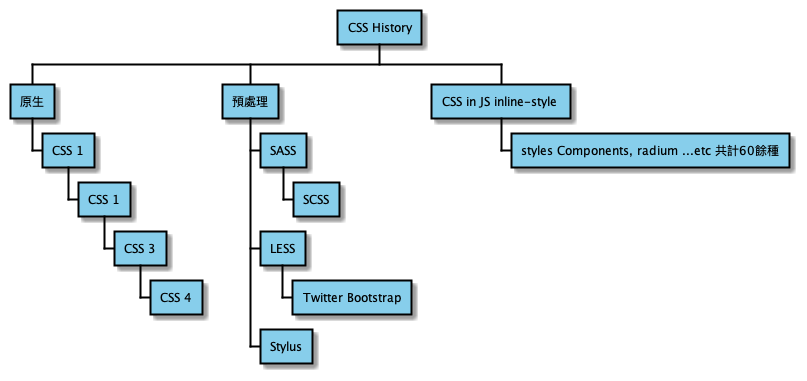
This is out/UML/CSS-tech-history/CSS history.png from pakerchang/study, a PlantUML export, as it was before one commit.
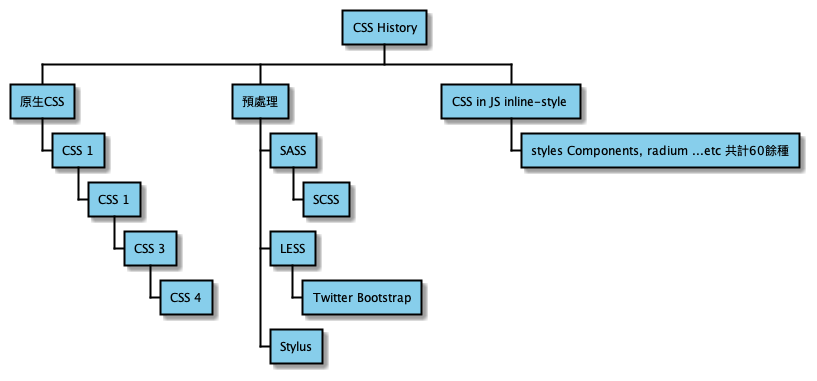
The same diagram one commit later.

The edit, as a diff of the source:
```diff
@@ -12,7 +12,7 @@
 </style>
 
 * CSS History
-** 原生
+** 原生CSS
 *** CSS 1
 **** CSS 1
 ***** CSS 3
```
